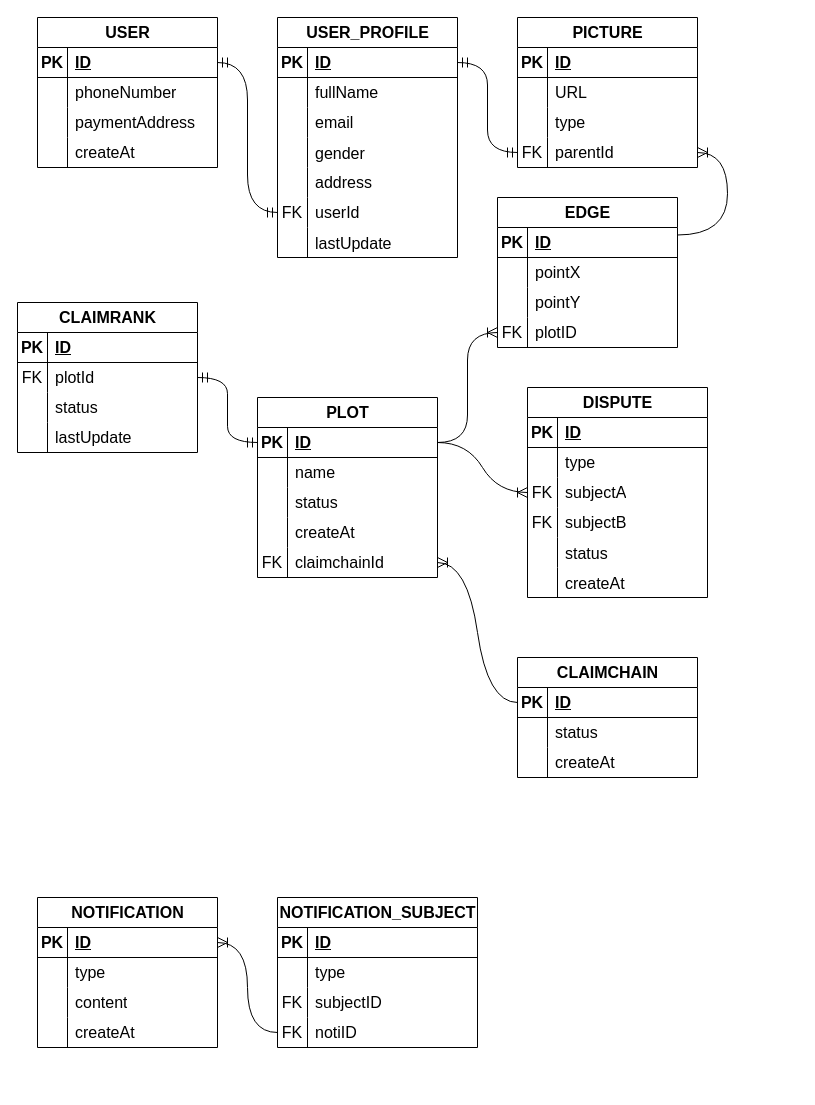
Earlier version of the draw.io diagram Untitled Diagram.drawio (qukhangfx/Commonlands-DrawIO). Source tidied: cells renumbered, new cells numbered last; positions are measured from the earlier drawing's top-left corner, leaving out a move shared by most shapes. Both pictures are drawn from the tidied source at 100%, with x=0, y=0 at pixel (17, 17).
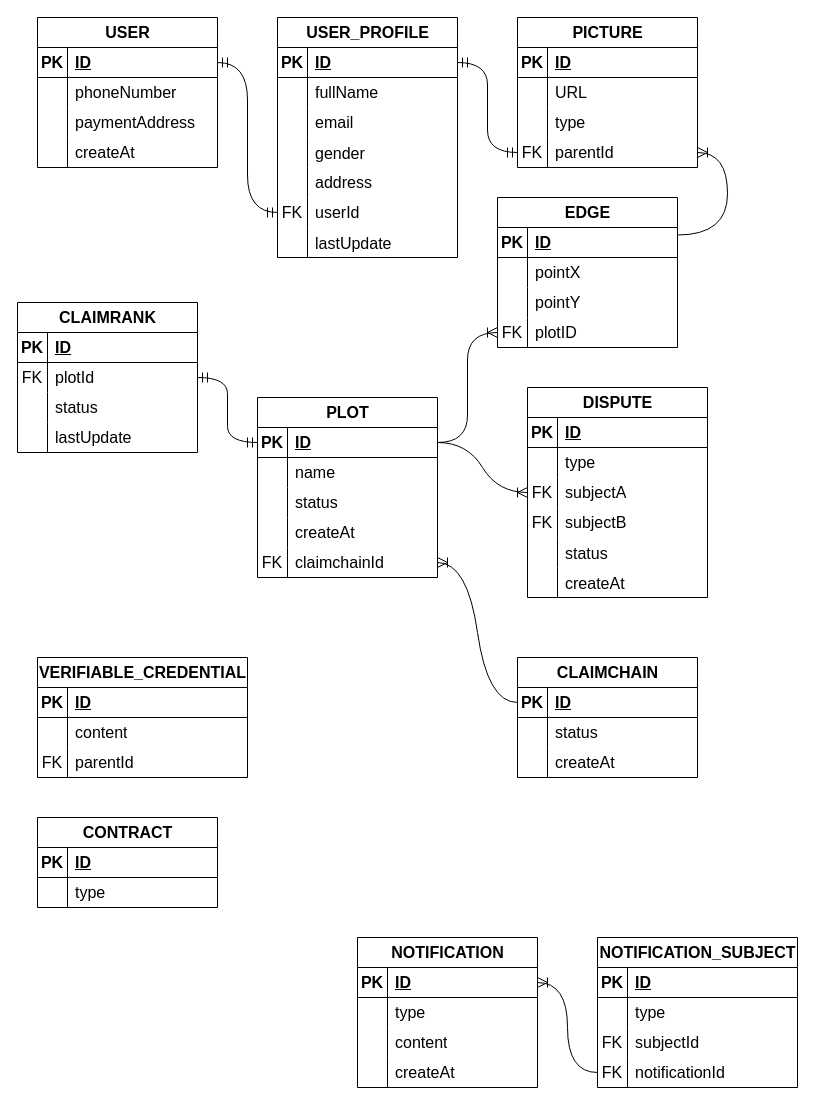
After the change.

The change refers to these unchanged cells:
```xml
<mxCell id="148" style="shape=tableRow;horizontal=0;startSize=0;swimlaneHead=0;swimlaneBody=0;fillColor=none;top=0;left=0;right=0;bottom=0;fontSize=16;" parent="141" vertex="1">
  <mxGeometry y="90" width="200" height="30" as="geometry" />
</mxCell>
<mxCell id="151" style="shape=tableRow;horizontal=0;startSize=0;swimlaneHead=0;swimlaneBody=0;fillColor=none;points=[[0,0.5],[1,0.5]];portConstraint=eastwest;top=0;left=0;right=0;bottom=0;fontSize=16;" parent="141" vertex="1">
  <mxGeometry y="120" width="200" height="30" as="geometry" />
</mxCell>
```

Diff of the diagram source:
```diff
@@
     <mxCell id="128" value="NOTIFICATION" style="shape=table;startSize=30;childLayout=tableLayout;rowLines=0;fontStyle=1;align=center;html=1;fontSize=16;" parent="1" vertex="1">
-      <mxGeometry x="20" y="880" width="180" height="150" as="geometry" />
+      <mxGeometry x="340" y="920" width="180" height="150" as="geometry" />
     </mxCell>
@@
     <mxCell id="141" value="NOTIFICATION_SUBJECT" style="shape=table;startSize=30;childLayout=tableLayout;rowLines=0;fontStyle=1;align=center;html=1;fontSize=16;" parent="1" vertex="1">
-      <mxGeometry x="260" y="880" width="200" height="150" as="geometry" />
+      <mxGeometry x="580" y="920" width="200" height="150" as="geometry" />
     </mxCell>
@@
-    <mxCell id="150" value="subjectID" style="shape=partialRectangle;fillColor=none;top=0;left=0;bottom=0;right=0;align=left;spacingLeft=6;fontStyle=0;overflow=hidden;whiteSpace=wrap;html=1;fontSize=16;" parent="148" vertex="1">
+    <mxCell id="150" value="subjectId" style="shape=partialRectangle;fillColor=none;top=0;left=0;bottom=0;right=0;align=left;spacingLeft=6;fontStyle=0;overflow=hidden;whiteSpace=wrap;html=1;fontSize=16;" parent="148" vertex="1">
       <mxGeometry x="30" width="170" height="30" as="geometry" />
     </mxCell>
@@
-    <mxCell id="153" value="notiID" style="shape=partialRectangle;fillColor=none;top=0;left=0;bottom=0;right=0;align=left;spacingLeft=6;fontStyle=0;overflow=hidden;whiteSpace=wrap;html=1;fontSize=16;" parent="151" vertex="1">
+    <mxCell id="153" value="notificationId" style="shape=partialRectangle;fillColor=none;top=0;left=0;bottom=0;right=0;align=left;spacingLeft=6;fontStyle=0;overflow=hidden;whiteSpace=wrap;html=1;fontSize=16;" parent="151" vertex="1">
       <mxGeometry x="30" width="170" height="30" as="geometry" />
     </mxCell>
@@
+    <mxCell id="155" value="VERIFIABLE_CREDENTIAL" style="shape=table;startSize=30;childLayout=tableLayout;rowLines=0;fontStyle=1;align=center;html=1;fontSize=16;" parent="1" vertex="1">
+      <mxGeometry x="20" y="640" width="210" height="120" as="geometry" />
+    </mxCell>
+    <mxCell id="156" style="shape=tableRow;horizontal=0;startSize=0;swimlaneHead=0;swimlaneBody=0;fillColor=none;top=0;left=0;right=0;bottom=1;fontSize=16;" parent="155" vertex="1">
+      <mxGeometry y="30" width="210" height="30" as="geometry" />
+    </mxCell>
+    <mxCell id="157" value="PK" style="shape=partialRectangle;fillColor=none;top=0;left=0;bottom=0;right=0;fontStyle=1;overflow=hidden;whiteSpace=wrap;html=1;fontSize=16;" parent="156" vertex="1">
+      <mxGeometry width="30" height="30" as="geometry" />
+    </mxCell>
+    <mxCell id="158" value="ID" style="shape=partialRectangle;fillColor=none;top=0;left=0;bottom=0;right=0;align=left;spacingLeft=6;fontStyle=5;overflow=hidden;whiteSpace=wrap;html=1;fontSize=16;" parent="156" vertex="1">
+      <mxGeometry x="30" width="180" height="30" as="geometry" />
+    </mxCell>
+    <mxCell id="159" style="shape=tableRow;horizontal=0;startSize=0;swimlaneHead=0;swimlaneBody=0;fillColor=none;top=0;left=0;right=0;bottom=0;fontSize=16;" parent="155" vertex="1">
+      <mxGeometry y="60" width="210" height="30" as="geometry" />
+    </mxCell>
+    <mxCell id="160" style="shape=partialRectangle;fillColor=none;top=0;left=0;bottom=0;right=0;overflow=hidden;whiteSpace=wrap;html=1;fontSize=16;" parent="159" vertex="1">
+      <mxGeometry width="30" height="30" as="geometry" />
+    </mxCell>
+    <mxCell id="161" value="content" style="shape=partialRectangle;fillColor=none;top=0;left=0;bottom=0;right=0;align=left;spacingLeft=6;overflow=hidden;whiteSpace=wrap;html=1;fontSize=16;" parent="159" vertex="1">
+      <mxGeometry x="30" width="180" height="30" as="geometry" />
+    </mxCell>
+    <mxCell id="162" style="shape=tableRow;horizontal=0;startSize=0;swimlaneHead=0;swimlaneBody=0;fillColor=none;top=0;left=0;right=0;bottom=0;fontSize=16;" parent="155" vertex="1">
+      <mxGeometry y="90" width="210" height="30" as="geometry" />
+    </mxCell>
+    <mxCell id="163" value="FK" style="shape=partialRectangle;fillColor=none;top=0;left=0;bottom=0;right=0;fontStyle=0;overflow=hidden;whiteSpace=wrap;html=1;fontSize=16;" parent="162" vertex="1">
+      <mxGeometry width="30" height="30" as="geometry" />
+    </mxCell>
+    <mxCell id="164" value="parentId" style="shape=partialRectangle;fillColor=none;top=0;left=0;bottom=0;right=0;align=left;spacingLeft=6;fontStyle=0;overflow=hidden;whiteSpace=wrap;html=1;fontSize=16;" parent="162" vertex="1">
+      <mxGeometry x="30" width="180" height="30" as="geometry" />
+    </mxCell>
+    <mxCell id="165" value="CONTRACT" style="shape=table;startSize=30;childLayout=tableLayout;rowLines=0;fontStyle=1;align=center;html=1;fontSize=16;" parent="1" vertex="1">
+      <mxGeometry x="20" y="800" width="180" height="90" as="geometry" />
+    </mxCell>
+    <mxCell id="166" style="shape=tableRow;horizontal=0;startSize=0;swimlaneHead=0;swimlaneBody=0;fillColor=none;top=0;left=0;right=0;bottom=1;fontSize=16;" parent="165" vertex="1">
+      <mxGeometry y="30" width="180" height="30" as="geometry" />
+    </mxCell>
+    <mxCell id="167" value="PK" style="shape=partialRectangle;fillColor=none;top=0;left=0;bottom=0;right=0;fontStyle=1;overflow=hidden;whiteSpace=wrap;html=1;fontSize=16;" parent="166" vertex="1">
+      <mxGeometry width="30" height="30" as="geometry" />
+    </mxCell>
+    <mxCell id="168" value="ID" style="shape=partialRectangle;fillColor=none;top=0;left=0;bottom=0;right=0;align=left;spacingLeft=6;fontStyle=5;overflow=hidden;whiteSpace=wrap;html=1;fontSize=16;" parent="166" vertex="1">
+      <mxGeometry x="30" width="150" height="30" as="geometry" />
+    </mxCell>
+    <mxCell id="169" style="shape=tableRow;horizontal=0;startSize=0;swimlaneHead=0;swimlaneBody=0;fillColor=none;top=0;left=0;right=0;bottom=0;fontSize=16;" parent="165" vertex="1">
+      <mxGeometry y="60" width="180" height="30" as="geometry" />
+    </mxCell>
+    <mxCell id="170" style="shape=partialRectangle;fillColor=none;top=0;left=0;bottom=0;right=0;overflow=hidden;whiteSpace=wrap;html=1;fontSize=16;" parent="169" vertex="1">
+      <mxGeometry width="30" height="30" as="geometry" />
+    </mxCell>
+    <mxCell id="171" value="type" style="shape=partialRectangle;fillColor=none;top=0;left=0;bottom=0;right=0;align=left;spacingLeft=6;overflow=hidden;whiteSpace=wrap;html=1;fontSize=16;" parent="169" vertex="1">
+      <mxGeometry x="30" width="150" height="30" as="geometry" />
+    </mxCell>
```
